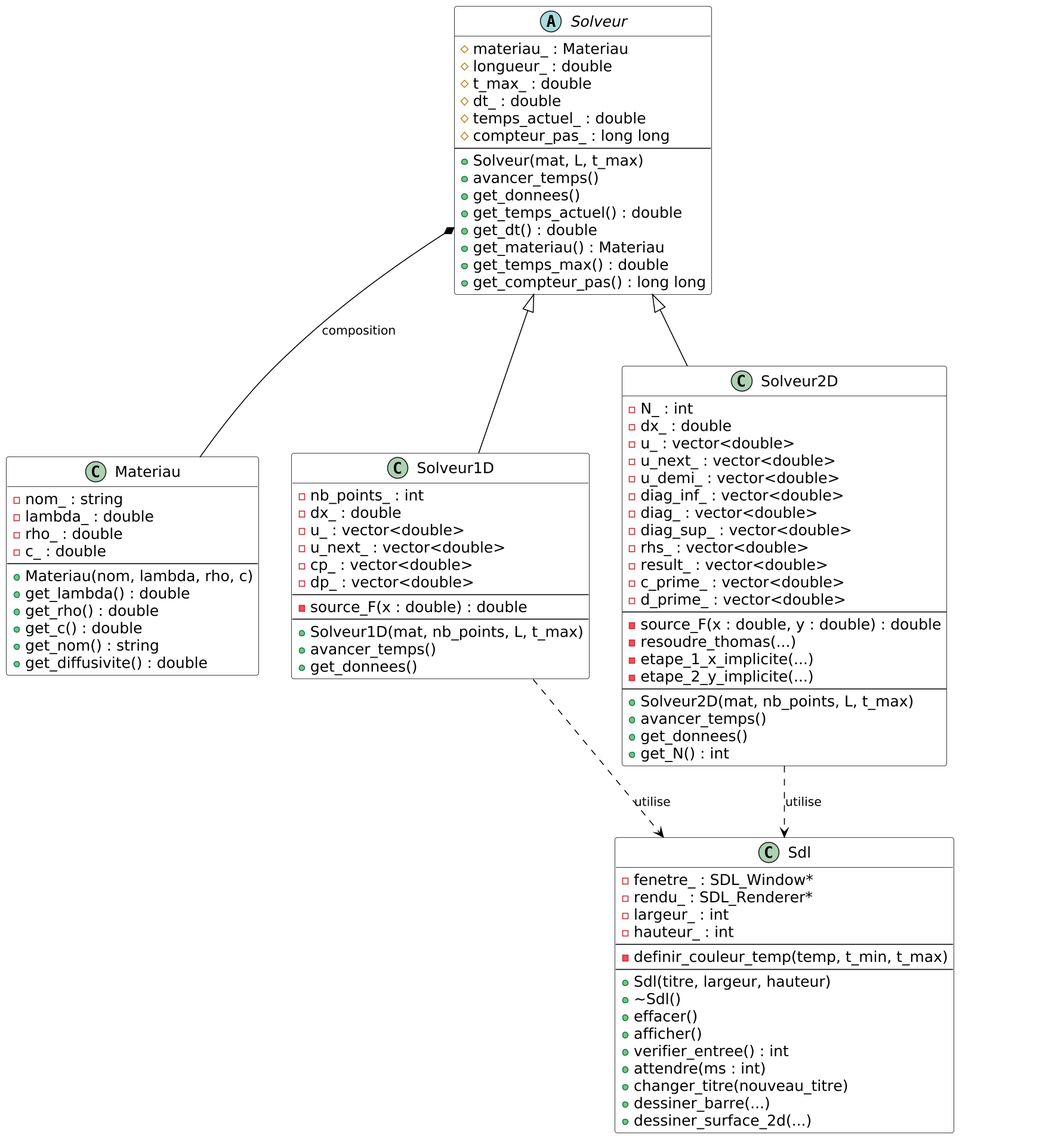
The PlantUML diagram projet_v1/uml.png in saadrhouddal/Equation-de-la-chaleur, before a commit. The source it was exported from:
```plantuml
@startuml
skinparam dpi 150
skinparam classFontName Arial
skinparam classFontSize 18
skinparam classAttributeFontSize 16
skinparam classMethodFontSize 16

skinparam class {
    BackgroundColor White
    BorderColor Black
    ArrowColor Black
}

top to bottom direction


class Materiau {
    - nom_ : string
    - lambda_ : double
    - rho_ : double
    - c_ : double
    --
    + Materiau(nom, lambda, rho, c)
    + get_lambda() : double
    + get_rho() : double
    + get_c() : double
    + get_nom() : string
    + get_diffusivite() : double
}

abstract class Solveur {
    # materiau_ : Materiau
    # longueur_ : double
    # t_max_ : double
    # dt_ : double
    # temps_actuel_ : double
    # compteur_pas_ : long long
    --
    + Solveur(mat, L, t_max)
    + avancer_temps()
    + get_donnees()
    + get_temps_actuel() : double
    + get_dt() : double
    + get_materiau() : Materiau
    + get_temps_max() : double
    + get_compteur_pas() : long long
}

class Solveur1D {
    - nb_points_ : int
    - dx_ : double
    - u_ : vector<double>
    - u_next_ : vector<double>
    - cp_ : vector<double>
    - dp_ : vector<double>
    --
    - source_F(x : double) : double
    --
    + Solveur1D(mat, nb_points, L, t_max)
    + avancer_temps()
    + get_donnees()
}

class Solveur2D {
    - N_ : int
    - dx_ : double
    - u_ : vector<double>
    - u_next_ : vector<double>
    - u_demi_ : vector<double>
    - diag_inf_ : vector<double>
    - diag_ : vector<double>
    - diag_sup_ : vector<double>
    - rhs_ : vector<double>
    - result_ : vector<double>
    - c_prime_ : vector<double>
    - d_prime_ : vector<double>
    --
    - source_F(x : double, y : double) : double
    - resoudre_thomas(...)
    - etape_1_x_implicite(...)
    - etape_2_y_implicite(...)
    --
    + Solveur2D(mat, nb_points, L, t_max)
    + avancer_temps()
    + get_donnees()
    + get_N() : int
}

Solveur <|-- Solveur1D
Solveur <|-- Solveur2D
Solveur *-- Materiau : composition


class Sdl {
    - fenetre_ : SDL_Window*
    - rendu_ : SDL_Renderer*
    - largeur_ : int
    - hauteur_ : int
    --
    - definir_couleur_temp(temp, t_min, t_max)
    --
    + Sdl(titre, largeur, hauteur)
    + ~Sdl()
    + effacer()
    + afficher()
    + verifier_entree() : int
    + attendre(ms : int)
    + changer_titre(nouveau_titre)
    + dessiner_barre(...)
    + dessiner_surface_2d(...)
}


Solveur1D ..> Sdl : utilise
Solveur2D ..> Sdl : utilise


Solveur -down[hidden]-> Sdl
@enduml
```
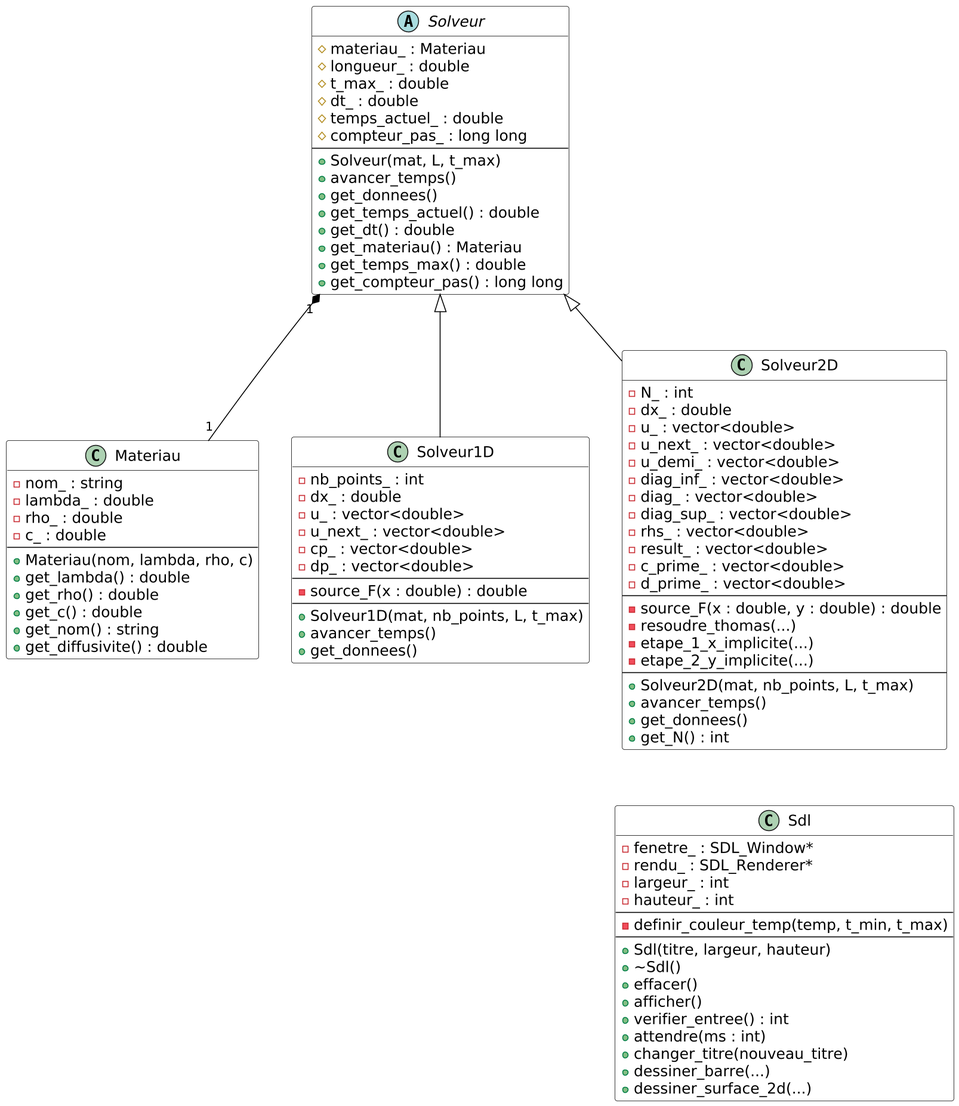
The same file after the commit.

The edit, as a diff of the source:
```diff
@@ -88,7 +88,9 @@
 
 Solveur <|-- Solveur1D
 Solveur <|-- Solveur2D
-Solveur *-- Materiau : composition
+
+
+Solveur "1" *-- "1" Materiau
 
 
 class Sdl {
@@ -110,10 +112,5 @@
     + dessiner_surface_2d(...)
 }
 
-
-Solveur1D ..> Sdl : utilise
-Solveur2D ..> Sdl : utilise
-
-
-Solveur -down[hidden]-> Sdl
+Solveur2D -down[hidden]-> Sdl
 @enduml
```
